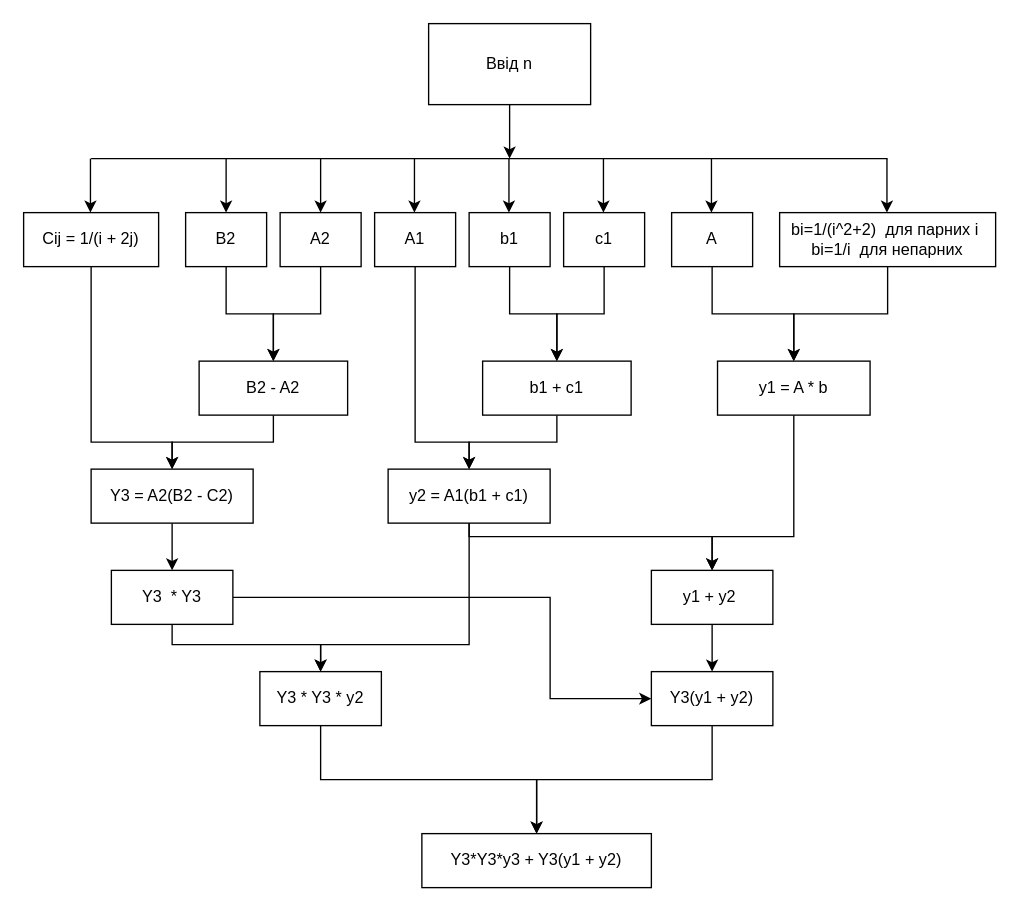
This is Threads2.drawio from SashaBabiuk/drawio, a draw.io file, before an edit. Source tidied: cells renumbered, new cells numbered last; positions are measured from the earlier drawing's top-left corner, leaving out a move shared by most shapes. Both pictures are drawn from the tidied source at 135%, with x=0, y=0 at pixel (23, 23).
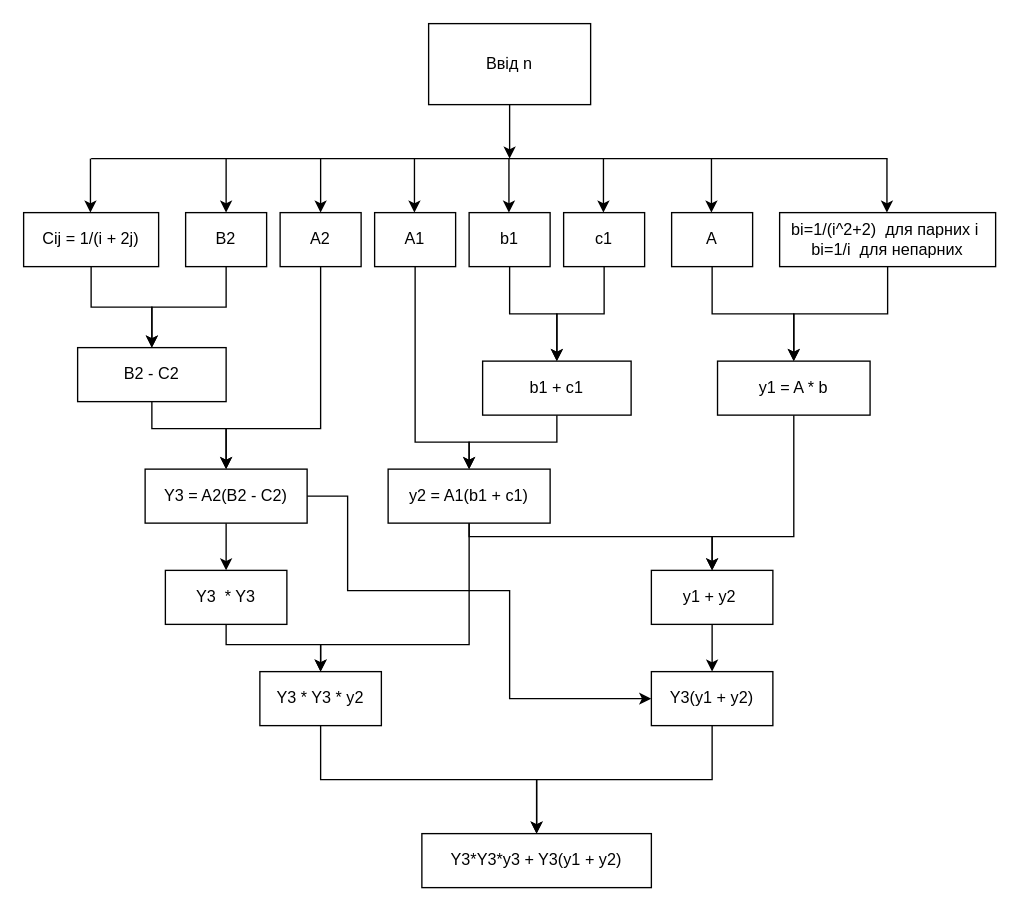
Above is the later version.

Unchanged cells that the change refers to:
```xml
<mxCell id="7" value="Cij = 1/(i + 2j)" style="rounded=0;whiteSpace=wrap;html=1;" parent="1" vertex="1">
  <mxGeometry y="140" width="100" height="40" as="geometry" />
</mxCell>
<mxCell id="14" value="A2" style="rounded=0;whiteSpace=wrap;html=1;" parent="1" vertex="1">
  <mxGeometry x="190" y="140" width="60" height="40" as="geometry" />
</mxCell>
<mxCell id="43" value="Y3 * Y3 * y2" style="whiteSpace=wrap;html=1;rounded=0;" parent="1" vertex="1">
  <mxGeometry x="175" y="480" width="90" height="40" as="geometry" />
</mxCell>
<mxCell id="48" value="Y3(y1 + y2)" style="whiteSpace=wrap;html=1;rounded=0;" parent="1" vertex="1">
  <mxGeometry x="465" y="480" width="90" height="40" as="geometry" />
</mxCell>
```

Diff of the diagram source:
```diff
@@
-    <mxCell id="6" style="edgeStyle=orthogonalEdgeStyle;rounded=0;jettySize=auto;html=1;exitX=0.5;exitY=1;exitDx=0;exitDy=0;entryX=0.5;entryY=0;entryDx=0;entryDy=0;" parent="1" edge="1" source="7" target="32">
-      <mxGeometry relative="1" as="geometry">
-        <Array as="points">
-          <mxPoint x="50" y="310" />
-          <mxPoint x="110" y="310" />
-        </Array>
-      </mxGeometry>
-    </mxCell>
+    <mxCell id="50" style="edgeStyle=orthogonalEdgeStyle;rounded=0;jettySize=auto;html=1;exitX=0.5;exitY=1;exitDx=0;exitDy=0;entryX=0.5;entryY=0;entryDx=0;entryDy=0;" parent="1" edge="1" source="7" target="36">
+      <mxGeometry relative="1" as="geometry" />
+    </mxCell>
@@
-    <mxCell id="13" style="edgeStyle=orthogonalEdgeStyle;rounded=0;jettySize=auto;html=1;exitX=0.5;exitY=1;exitDx=0;exitDy=0;" parent="1" edge="1" source="14" target="36">
-      <mxGeometry relative="1" as="geometry" />
-    </mxCell>
@@
+    <mxCell id="51" style="edgeStyle=orthogonalEdgeStyle;rounded=0;jettySize=auto;html=1;exitX=1;exitY=0.5;exitDx=0;exitDy=0;entryX=0;entryY=0.5;entryDx=0;entryDy=0;" parent="1" edge="1" source="32" target="48">
+      <mxGeometry relative="1" as="geometry">
+        <Array as="points">
+          <mxPoint x="240" y="350" />
+          <mxPoint x="240" y="420" />
+          <mxPoint x="360" y="420" />
+          <mxPoint x="360" y="500" />
+        </Array>
+      </mxGeometry>
+    </mxCell>
     <mxCell id="32" value="Y3 = A2(B2 - C2)" style="whiteSpace=wrap;html=1;rounded=0;" parent="1" vertex="1">
-      <mxGeometry x="50" y="330" width="120" height="40" as="geometry" />
+      <mxGeometry x="90" y="330" width="120" height="40" as="geometry" />
     </mxCell>
@@
     <mxCell id="35" style="edgeStyle=orthogonalEdgeStyle;rounded=0;jettySize=auto;html=1;exitX=0.5;exitY=1;exitDx=0;exitDy=0;entryX=0.5;entryY=0;entryDx=0;entryDy=0;" parent="1" edge="1" source="36" target="32">
-      <mxGeometry relative="1" as="geometry" />
+      <mxGeometry relative="1" as="geometry">
+        <Array as="points">
+          <mxPoint x="95" y="300" />
+          <mxPoint x="150" y="300" />
+        </Array>
+      </mxGeometry>
     </mxCell>
-    <mxCell id="36" value="B2 - A2" style="whiteSpace=wrap;html=1;rounded=0;" parent="1" vertex="1">
-      <mxGeometry x="130" y="250" width="110" height="40" as="geometry" />
+    <mxCell id="36" value="B2 - C2" style="whiteSpace=wrap;html=1;rounded=0;" parent="1" vertex="1">
+      <mxGeometry x="40" y="240" width="110" height="40" as="geometry" />
     </mxCell>
@@
     <mxCell id="39" style="edgeStyle=orthogonalEdgeStyle;rounded=0;jettySize=auto;html=1;" parent="1" edge="1" source="41" target="43">
       <mxGeometry relative="1" as="geometry">
         <Array as="points">
-          <mxPoint x="110" y="460" />
+          <mxPoint x="150" y="460" />
           <mxPoint x="220" y="460" />
         </Array>
       </mxGeometry>
     </mxCell>
-    <mxCell id="40" style="edgeStyle=orthogonalEdgeStyle;rounded=0;jettySize=auto;html=1;entryX=0;entryY=0.5;entryDx=0;entryDy=0;" parent="1" edge="1" source="41" target="48">
-      <mxGeometry relative="1" as="geometry">
-        <Array as="points">
-          <mxPoint x="390" y="425" />
-          <mxPoint x="390" y="500" />
-        </Array>
-      </mxGeometry>
-    </mxCell>
     <mxCell id="41" value="Y3&amp;nbsp; * Y3" style="whiteSpace=wrap;html=1;rounded=0;" parent="1" vertex="1">
-      <mxGeometry x="65" y="405" width="90" height="40" as="geometry" />
+      <mxGeometry x="105" y="405" width="90" height="40" as="geometry" />
     </mxCell>
@@
+    <mxCell id="52" style="edgeStyle=orthogonalEdgeStyle;rounded=0;jettySize=auto;html=1;exitX=0.5;exitY=1;exitDx=0;exitDy=0;entryX=0.5;entryY=0;entryDx=0;entryDy=0;" parent="1" edge="1" source="14" target="32">
+      <mxGeometry relative="1" as="geometry">
+        <Array as="points">
+          <mxPoint x="220" y="300" />
+          <mxPoint x="150" y="300" />
+        </Array>
+      </mxGeometry>
+    </mxCell>
```
